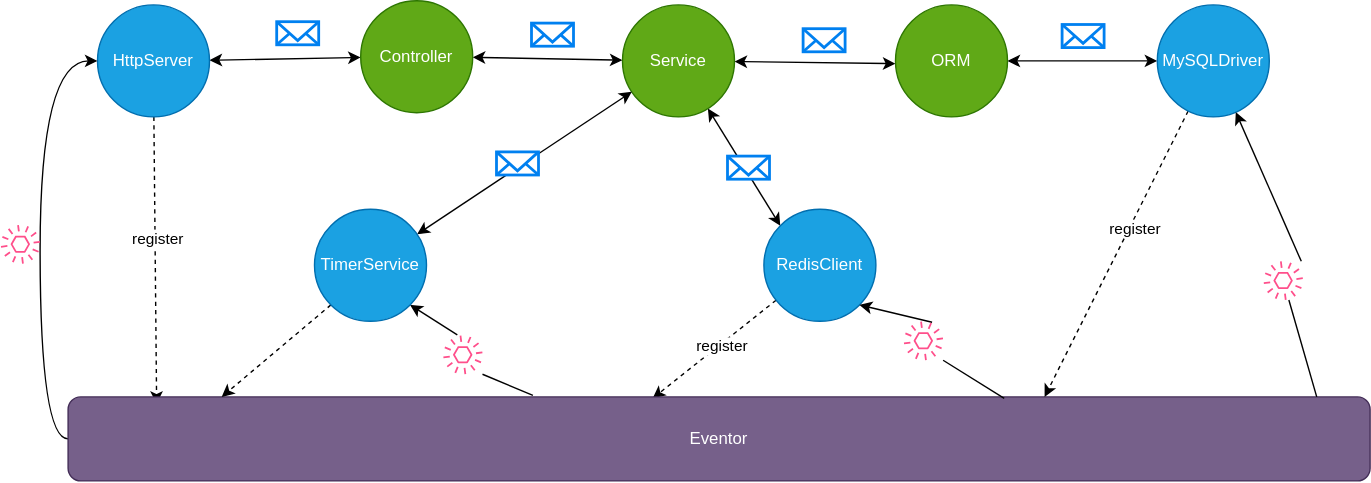
Before: docs/img/programming_model.drawio.svg, a diagram exported from draw.io (otavia-projects/otavia). Source tidied: cells renumbered, new cells last; positions are measured from the earlier drawing's top-left corner, leaving out a move shared by most shapes.
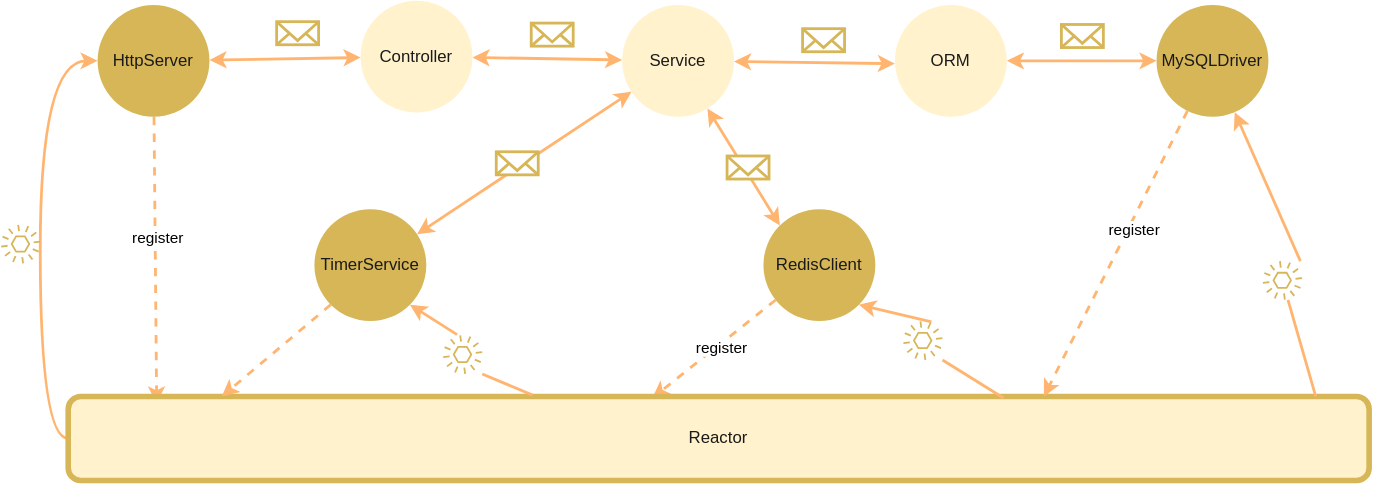
Later version of the same file.

The edit, as a diff of the source:
```diff
@@ -2,34 +2,34 @@
   <root>
     <mxCell id="0" />
     <mxCell id="1" parent="0" />
-    <mxCell id="2" style="edgeStyle=none;rounded=0;jettySize=auto;html=1;startArrow=classic;startFill=1;" parent="1" edge="1" source="5" target="7">
+    <mxCell id="2" style="edgeStyle=none;rounded=0;jettySize=auto;html=1;startArrow=classic;startFill=1;strokeWidth=2;strokeColor=#FFB570;" parent="1" edge="1" source="5" target="7">
       <mxGeometry relative="1" as="geometry" />
     </mxCell>
-    <mxCell id="3" style="edgeStyle=none;rounded=0;jettySize=auto;html=1;entryX=0.068;entryY=0.083;entryDx=0;entryDy=0;entryPerimeter=0;dashed=1;" parent="1" edge="1" source="5" target="17">
+    <mxCell id="3" style="edgeStyle=none;rounded=0;jettySize=auto;html=1;entryX=0.068;entryY=0.083;entryDx=0;entryDy=0;entryPerimeter=0;dashed=1;strokeWidth=2;strokeColor=#FFB570;" parent="1" edge="1" source="5" target="17">
       <mxGeometry relative="1" as="geometry" />
     </mxCell>
     <mxCell id="4" value="register" style="edgeLabel;html=1;align=center;verticalAlign=middle;" parent="3" vertex="1">
       <mxGeometry x="-0.15" y="1" relative="1" as="geometry" />
     </mxCell>
-    <mxCell id="5" value="HttpServer" style="ellipse;whiteSpace=wrap;html=1;fillColor=#1ba1e2;strokeColor=#006EAF;fontColor=#ffffff;" parent="1" vertex="1">
+    <mxCell id="5" value="&lt;font color=&quot;#1a1a1a&quot;&gt;HttpServer&lt;/font&gt;" style="ellipse;whiteSpace=wrap;html=1;fillColor=#D6B656;strokeColor=none;" parent="1" vertex="1">
       <mxGeometry x="69" y="3" width="80" height="80" as="geometry" />
     </mxCell>
-    <mxCell id="6" style="edgeStyle=none;rounded=1;jettySize=auto;html=1;startArrow=classic;startFill=1;" parent="1" edge="1" source="7" target="10">
+    <mxCell id="6" style="edgeStyle=none;rounded=1;jettySize=auto;html=1;startArrow=classic;startFill=1;strokeWidth=2;strokeColor=#FFB570;" parent="1" edge="1" source="7" target="10">
       <mxGeometry relative="1" as="geometry" />
     </mxCell>
-    <mxCell id="7" value="Controller" style="ellipse;whiteSpace=wrap;html=1;fillColor=#60a917;fontColor=#ffffff;strokeColor=#2D7600;" parent="1" vertex="1">
+    <mxCell id="7" value="&lt;font color=&quot;#1a1a1a&quot;&gt;Controller&lt;/font&gt;" style="ellipse;whiteSpace=wrap;html=1;fillColor=#FFF2CC;fontColor=#ffffff;strokeColor=none;" parent="1" vertex="1">
       <mxGeometry x="257" width="80" height="80" as="geometry" />
     </mxCell>
-    <mxCell id="8" style="edgeStyle=none;rounded=1;jettySize=auto;html=1;entryX=0;entryY=0.525;entryDx=0;entryDy=0;entryPerimeter=0;startArrow=classic;startFill=1;" parent="1" edge="1" source="10" target="19">
+    <mxCell id="8" style="edgeStyle=none;rounded=1;jettySize=auto;html=1;entryX=0;entryY=0.525;entryDx=0;entryDy=0;entryPerimeter=0;startArrow=classic;startFill=1;strokeWidth=2;strokeColor=#FFB570;" parent="1" edge="1" source="10" target="19">
       <mxGeometry relative="1" as="geometry" />
     </mxCell>
-    <mxCell id="9" style="edgeStyle=none;rounded=1;jettySize=auto;html=1;entryX=0;entryY=0;entryDx=0;entryDy=0;startArrow=classic;startFill=1;endArrow=classic;endFill=1;" parent="1" edge="1" source="10" target="13">
+    <mxCell id="9" style="edgeStyle=none;rounded=1;jettySize=auto;html=1;entryX=0;entryY=0;entryDx=0;entryDy=0;startArrow=classic;startFill=1;endArrow=classic;endFill=1;strokeWidth=2;strokeColor=#FFB570;" parent="1" edge="1" source="10" target="13">
       <mxGeometry relative="1" as="geometry" />
     </mxCell>
-    <mxCell id="10" value="Service" style="ellipse;whiteSpace=wrap;html=1;fillColor=#60a917;fontColor=#ffffff;strokeColor=#2D7600;" parent="1" vertex="1">
+    <mxCell id="10" value="&lt;font color=&quot;#1a1a1a&quot;&gt;Service&lt;/font&gt;" style="ellipse;whiteSpace=wrap;html=1;fillColor=#FFF2CC;fontColor=#ffffff;strokeColor=none;" parent="1" vertex="1">
       <mxGeometry x="444" y="3" width="80" height="80" as="geometry" />
     </mxCell>
-    <mxCell id="11" style="rounded=1;jettySize=auto;html=1;dashed=1;entryX=0.449;entryY=0.017;entryDx=0;entryDy=0;entryPerimeter=0;" parent="1" edge="1" source="13" target="17">
+    <mxCell id="11" style="rounded=1;jettySize=auto;html=1;dashed=1;entryX=0.449;entryY=0.017;entryDx=0;entryDy=0;entryPerimeter=0;strokeWidth=2;strokeColor=#FFB570;" parent="1" edge="1" source="13" target="17">
       <mxGeometry relative="1" as="geometry" />
     </mxCell>
     <mxCell id="12" value="register" style="edgeLabel;html=1;align=center;verticalAlign=middle;" parent="11" vertex="1">
@@ -37,85 +37,85 @@
         <mxPoint x="1" as="offset" />
       </mxGeometry>
     </mxCell>
-    <mxCell id="13" value="RedisClient" style="ellipse;whiteSpace=wrap;html=1;fillColor=#1ba1e2;fontColor=#ffffff;strokeColor=#006EAF;" parent="1" vertex="1">
+    <mxCell id="13" value="&lt;font color=&quot;#1a1a1a&quot;&gt;RedisClient&lt;/font&gt;" style="ellipse;whiteSpace=wrap;html=1;fillColor=#D6B656;fontColor=#f0f0f0;strokeColor=none;" parent="1" vertex="1">
       <mxGeometry x="545" y="149" width="80" height="80" as="geometry" />
     </mxCell>
-    <mxCell id="14" style="edgeStyle=orthogonalEdgeStyle;jettySize=auto;html=1;entryX=0;entryY=0.5;entryDx=0;entryDy=0;exitX=0;exitY=0.5;exitDx=0;exitDy=0;curved=1;" parent="1" edge="1" source="17" target="5">
+    <mxCell id="14" style="edgeStyle=orthogonalEdgeStyle;jettySize=auto;html=1;entryX=0;entryY=0.5;entryDx=0;entryDy=0;exitX=0;exitY=0.5;exitDx=0;exitDy=0;curved=1;strokeWidth=2;strokeColor=#FFB570;" parent="1" edge="1" source="17" target="5">
       <mxGeometry relative="1" as="geometry" />
     </mxCell>
-    <mxCell id="15" style="rounded=1;jettySize=auto;html=1;entryX=1;entryY=1;entryDx=0;entryDy=0;exitX=0.719;exitY=0.017;exitDx=0;exitDy=0;exitPerimeter=0;startArrow=none;" parent="1" edge="1" source="38" target="13">
+    <mxCell id="15" style="rounded=1;jettySize=auto;html=1;entryX=1;entryY=1;entryDx=0;entryDy=0;exitX=0.719;exitY=0.017;exitDx=0;exitDy=0;exitPerimeter=0;startArrow=none;strokeWidth=2;strokeColor=#FFB570;" parent="1" edge="1" source="38" target="13">
       <mxGeometry relative="1" as="geometry" />
     </mxCell>
-    <mxCell id="16" style="edgeStyle=none;rounded=1;jettySize=auto;html=1;entryX=1;entryY=1;entryDx=0;entryDy=0;startArrow=none;startFill=0;endArrow=classic;endFill=1;exitX=0.357;exitY=-0.017;exitDx=0;exitDy=0;exitPerimeter=0;" parent="1" edge="1" source="36" target="26">
+    <mxCell id="16" style="edgeStyle=none;rounded=1;jettySize=auto;html=1;entryX=1;entryY=1;entryDx=0;entryDy=0;startArrow=none;startFill=0;endArrow=classic;endFill=1;exitX=0.357;exitY=-0.017;exitDx=0;exitDy=0;exitPerimeter=0;strokeWidth=2;strokeColor=#FFB570;" parent="1" edge="1" source="36" target="26">
       <mxGeometry relative="1" as="geometry" />
     </mxCell>
-    <mxCell id="17" value="Eventor" style="rounded=1;whiteSpace=wrap;html=1;fillColor=#76608a;fontColor=#ffffff;strokeColor=#432D57;" parent="1" vertex="1">
+    <mxCell id="17" value="&lt;font color=&quot;#1a1a1a&quot;&gt;Reactor&lt;/font&gt;" style="rounded=1;whiteSpace=wrap;html=1;fillColor=#fff2cc;strokeColor=#d6b656;strokeWidth=4;" parent="1" vertex="1">
       <mxGeometry x="48" y="283" width="930" height="60" as="geometry" />
     </mxCell>
-    <mxCell id="18" style="edgeStyle=none;rounded=1;jettySize=auto;html=1;entryX=0;entryY=0.5;entryDx=0;entryDy=0;startArrow=classic;startFill=1;" parent="1" edge="1" source="19" target="23">
+    <mxCell id="18" style="edgeStyle=none;rounded=1;jettySize=auto;html=1;entryX=0;entryY=0.5;entryDx=0;entryDy=0;startArrow=classic;startFill=1;strokeWidth=2;strokeColor=#FFB570;" parent="1" edge="1" source="19" target="23">
       <mxGeometry relative="1" as="geometry" />
     </mxCell>
-    <mxCell id="19" value="ORM" style="ellipse;whiteSpace=wrap;html=1;fillColor=#60a917;fontColor=#ffffff;strokeColor=#2D7600;" parent="1" vertex="1">
+    <mxCell id="19" value="&lt;font color=&quot;#1a1a1a&quot;&gt;ORM&lt;/font&gt;" style="ellipse;whiteSpace=wrap;html=1;fillColor=#FFF2CC;fontColor=#ffffff;strokeColor=none;" parent="1" vertex="1">
       <mxGeometry x="639" y="3" width="80" height="80" as="geometry" />
     </mxCell>
-    <mxCell id="20" style="edgeStyle=none;rounded=1;jettySize=auto;html=1;entryX=0.75;entryY=0;entryDx=0;entryDy=0;startArrow=none;startFill=0;endArrow=classic;endFill=1;dashed=1;" parent="1" edge="1" source="23" target="17">
+    <mxCell id="20" style="edgeStyle=none;rounded=1;jettySize=auto;html=1;entryX=0.75;entryY=0;entryDx=0;entryDy=0;startArrow=none;startFill=0;endArrow=classic;endFill=1;dashed=1;strokeWidth=2;strokeColor=#FFB570;" parent="1" edge="1" source="23" target="17">
       <mxGeometry relative="1" as="geometry" />
     </mxCell>
     <mxCell id="21" value="register" style="edgeLabel;html=1;align=center;verticalAlign=middle;" parent="20" vertex="1">
       <mxGeometry x="-0.19" y="3" relative="1" as="geometry" />
     </mxCell>
-    <mxCell id="22" style="edgeStyle=none;rounded=1;jettySize=auto;html=1;entryX=0.959;entryY=0;entryDx=0;entryDy=0;entryPerimeter=0;startArrow=none;startFill=1;endArrow=none;endFill=0;" parent="1" edge="1" source="34" target="17">
+    <mxCell id="22" style="edgeStyle=none;rounded=1;jettySize=auto;html=1;entryX=0.959;entryY=0;entryDx=0;entryDy=0;entryPerimeter=0;startArrow=none;endArrow=none;strokeWidth=2;strokeColor=#FFB570;" parent="1" edge="1" source="34" target="17">
       <mxGeometry relative="1" as="geometry" />
     </mxCell>
-    <mxCell id="23" value="MySQLDriver" style="ellipse;whiteSpace=wrap;html=1;fillColor=#1ba1e2;fontColor=#ffffff;strokeColor=#006EAF;" parent="1" vertex="1">
+    <mxCell id="23" value="&lt;font color=&quot;#1a1a1a&quot;&gt;MySQLDriver&lt;/font&gt;" style="ellipse;whiteSpace=wrap;html=1;fillColor=#D6B656;fontColor=#f0f0f0;strokeColor=none;" parent="1" vertex="1">
       <mxGeometry x="826" y="3" width="80" height="80" as="geometry" />
     </mxCell>
-    <mxCell id="24" style="edgeStyle=none;rounded=1;jettySize=auto;html=1;entryX=0.118;entryY=0;entryDx=0;entryDy=0;startArrow=none;startFill=0;exitX=0;exitY=1;exitDx=0;exitDy=0;dashed=1;entryPerimeter=0;" parent="1" edge="1" source="26" target="17">
+    <mxCell id="24" style="edgeStyle=none;rounded=1;jettySize=auto;html=1;entryX=0.118;entryY=0;entryDx=0;entryDy=0;startArrow=none;startFill=0;exitX=0;exitY=1;exitDx=0;exitDy=0;dashed=1;entryPerimeter=0;strokeWidth=2;strokeColor=#FFB570;" parent="1" edge="1" source="26" target="17">
       <mxGeometry relative="1" as="geometry" />
     </mxCell>
-    <mxCell id="25" style="edgeStyle=none;rounded=1;jettySize=auto;html=1;startArrow=classic;startFill=1;endArrow=classic;endFill=1;" parent="1" edge="1" source="26" target="10">
+    <mxCell id="25" style="edgeStyle=none;rounded=1;jettySize=auto;html=1;startArrow=classic;startFill=1;endArrow=classic;endFill=1;strokeWidth=2;strokeColor=#FFB570;" parent="1" edge="1" source="26" target="10">
       <mxGeometry relative="1" as="geometry" />
     </mxCell>
-    <mxCell id="26" value="TimerService" style="ellipse;whiteSpace=wrap;html=1;fillColor=#1ba1e2;fontColor=#ffffff;strokeColor=#006EAF;" parent="1" vertex="1">
+    <mxCell id="26" value="&lt;font color=&quot;#1a1a1a&quot;&gt;TimerService&lt;/font&gt;" style="ellipse;whiteSpace=wrap;html=1;fillColor=#D6B656;fontColor=#f0f0f0;strokeColor=none;" parent="1" vertex="1">
       <mxGeometry x="224" y="149" width="80" height="80" as="geometry" />
     </mxCell>
-    <mxCell id="27" style="html=1;verticalLabelPosition=bottom;align=center;labelBackgroundColor=#ffffff;verticalAlign=top;strokeWidth=2;strokeColor=#0080F0;shadow=0;dashed=0;shape=mxgraph.ios7.icons.mail;" parent="1" vertex="1">
+    <mxCell id="27" style="html=1;verticalLabelPosition=bottom;align=center;labelBackgroundColor=#ffffff;verticalAlign=top;strokeWidth=2;strokeColor=#D6B656;shadow=0;dashed=0;shape=mxgraph.ios7.icons.mail;" parent="1" vertex="1">
       <mxGeometry x="197" y="15" width="30" height="16.5" as="geometry" />
     </mxCell>
-    <mxCell id="28" style="html=1;verticalLabelPosition=bottom;align=center;labelBackgroundColor=#ffffff;verticalAlign=top;strokeWidth=2;strokeColor=#0080F0;shadow=0;dashed=0;shape=mxgraph.ios7.icons.mail;" parent="1" vertex="1">
+    <mxCell id="28" style="html=1;verticalLabelPosition=bottom;align=center;labelBackgroundColor=#ffffff;verticalAlign=top;strokeWidth=2;strokeColor=#D6B656;shadow=0;dashed=0;shape=mxgraph.ios7.icons.mail;" parent="1" vertex="1">
       <mxGeometry x="379" y="16" width="30" height="16.5" as="geometry" />
     </mxCell>
-    <mxCell id="29" style="html=1;verticalLabelPosition=bottom;align=center;labelBackgroundColor=#ffffff;verticalAlign=top;strokeWidth=2;strokeColor=#0080F0;shadow=0;dashed=0;shape=mxgraph.ios7.icons.mail;" parent="1" vertex="1">
+    <mxCell id="29" style="html=1;verticalLabelPosition=bottom;align=center;labelBackgroundColor=#ffffff;verticalAlign=top;strokeWidth=2;strokeColor=#D6B656;shadow=0;dashed=0;shape=mxgraph.ios7.icons.mail;" parent="1" vertex="1">
       <mxGeometry x="573" y="20" width="30" height="16.5" as="geometry" />
     </mxCell>
-    <mxCell id="30" style="html=1;verticalLabelPosition=bottom;align=center;labelBackgroundColor=#ffffff;verticalAlign=top;strokeWidth=2;strokeColor=#0080F0;shadow=0;dashed=0;shape=mxgraph.ios7.icons.mail;" parent="1" vertex="1">
+    <mxCell id="30" style="html=1;verticalLabelPosition=bottom;align=center;labelBackgroundColor=#ffffff;verticalAlign=top;strokeWidth=2;strokeColor=#D6B656;shadow=0;dashed=0;shape=mxgraph.ios7.icons.mail;" parent="1" vertex="1">
       <mxGeometry x="758" y="17" width="30" height="16.5" as="geometry" />
     </mxCell>
-    <mxCell id="31" style="html=1;verticalLabelPosition=bottom;align=center;labelBackgroundColor=#ffffff;verticalAlign=top;strokeWidth=2;strokeColor=#0080F0;shadow=0;dashed=0;shape=mxgraph.ios7.icons.mail;" parent="1" vertex="1">
+    <mxCell id="31" style="html=1;verticalLabelPosition=bottom;align=center;labelBackgroundColor=#ffffff;verticalAlign=top;strokeWidth=2;strokeColor=#D6B656;shadow=0;dashed=0;shape=mxgraph.ios7.icons.mail;" parent="1" vertex="1">
       <mxGeometry x="354" y="108" width="30" height="16.5" as="geometry" />
     </mxCell>
-    <mxCell id="32" style="html=1;verticalLabelPosition=bottom;align=center;labelBackgroundColor=#ffffff;verticalAlign=top;strokeWidth=2;strokeColor=#0080F0;shadow=0;dashed=0;shape=mxgraph.ios7.icons.mail;" parent="1" vertex="1">
+    <mxCell id="32" style="html=1;verticalLabelPosition=bottom;align=center;labelBackgroundColor=#ffffff;verticalAlign=top;strokeWidth=2;strokeColor=#D6B656;shadow=0;dashed=0;shape=mxgraph.ios7.icons.mail;" parent="1" vertex="1">
       <mxGeometry x="519" y="111" width="30" height="16.5" as="geometry" />
     </mxCell>
-    <mxCell id="33" style="sketch=0;fontColor=#232F3E;gradientColor=none;fillColor=#FF4F8B;strokeColor=none;dashed=0;verticalLabelPosition=bottom;verticalAlign=top;align=center;html=1;fontSize=12;fontStyle=0;shape=mxgraph.aws4.event;" parent="1" vertex="1">
+    <mxCell id="33" style="sketch=0;fontColor=#232F3E;gradientColor=none;fillColor=#D6B656;strokeColor=none;dashed=0;verticalLabelPosition=bottom;verticalAlign=top;align=center;html=1;fontSize=12;fontStyle=0;shape=mxgraph.aws4.event;" parent="1" vertex="1">
       <mxGeometry y="160" width="28" height="28" as="geometry" />
     </mxCell>
-    <mxCell id="34" style="sketch=0;outlineConnect=0;fontColor=#232F3E;gradientColor=none;fillColor=#FF4F8B;strokeColor=none;dashed=0;verticalLabelPosition=bottom;verticalAlign=top;align=center;html=1;fontSize=12;fontStyle=0;shape=mxgraph.aws4.event;" parent="1" vertex="1">
+    <mxCell id="34" style="sketch=0;outlineConnect=0;fontColor=#232F3E;gradientColor=none;fillColor=#D6B656;strokeColor=none;dashed=0;verticalLabelPosition=bottom;verticalAlign=top;align=center;html=1;fontSize=12;fontStyle=0;shape=mxgraph.aws4.event;" parent="1" vertex="1">
       <mxGeometry x="902" y="186" width="28" height="28" as="geometry" />
     </mxCell>
-    <mxCell id="35" style="edgeStyle=none;rounded=1;jettySize=auto;html=1;entryX=0.959;entryY=0;entryDx=0;entryDy=0;entryPerimeter=0;startArrow=classic;startFill=1;endArrow=none;endFill=0;" parent="1" edge="1" source="23" target="34">
+    <mxCell id="35" style="edgeStyle=none;rounded=1;jettySize=auto;html=1;entryX=0.959;entryY=0;entryDx=0;entryDy=0;entryPerimeter=0;startArrow=classic;startFill=1;endArrow=none;endFill=0;strokeWidth=2;strokeColor=#FFB570;" parent="1" edge="1" source="23" target="34">
       <mxGeometry relative="1" as="geometry" />
     </mxCell>
-    <mxCell id="36" style="sketch=0;outlineConnect=0;fontColor=#232F3E;gradientColor=none;fillColor=#FF4F8B;strokeColor=none;dashed=0;verticalLabelPosition=bottom;verticalAlign=top;align=center;html=1;fontSize=12;fontStyle=0;shape=mxgraph.aws4.event;" parent="1" vertex="1">
+    <mxCell id="36" style="sketch=0;outlineConnect=0;fontColor=#232F3E;gradientColor=none;fillColor=#D6B656;strokeColor=none;dashed=0;verticalLabelPosition=bottom;verticalAlign=top;align=center;html=1;fontSize=12;fontStyle=0;shape=mxgraph.aws4.event;" parent="1" vertex="1">
       <mxGeometry x="316" y="239" width="28" height="28" as="geometry" />
     </mxCell>
-    <mxCell id="37" style="edgeStyle=none;rounded=1;jettySize=auto;html=1;entryX=1;entryY=1;entryDx=0;entryDy=0;startArrow=none;startFill=0;endArrow=none;endFill=1;exitX=0.357;exitY=-0.017;exitDx=0;exitDy=0;exitPerimeter=0;" parent="1" edge="1" source="17" target="36">
+    <mxCell id="37" style="edgeStyle=none;rounded=1;jettySize=auto;html=1;entryX=1;entryY=1;entryDx=0;entryDy=0;startArrow=none;startFill=0;endArrow=none;endFill=1;exitX=0.357;exitY=-0.017;exitDx=0;exitDy=0;exitPerimeter=0;strokeWidth=2;strokeColor=#FFB570;" parent="1" edge="1" source="17" target="36">
       <mxGeometry relative="1" as="geometry" />
     </mxCell>
-    <mxCell id="38" style="sketch=0;outlineConnect=0;fontColor=#232F3E;gradientColor=none;fillColor=#FF4F8B;strokeColor=none;dashed=0;verticalLabelPosition=bottom;verticalAlign=top;align=center;html=1;fontSize=12;fontStyle=0;shape=mxgraph.aws4.event;" parent="1" vertex="1">
+    <mxCell id="38" style="sketch=0;outlineConnect=0;fontColor=#232F3E;gradientColor=none;fillColor=#D6B656;strokeColor=none;dashed=0;verticalLabelPosition=bottom;verticalAlign=top;align=center;html=1;fontSize=12;fontStyle=0;shape=mxgraph.aws4.event;" parent="1" vertex="1">
       <mxGeometry x="645" y="229" width="28" height="28" as="geometry" />
     </mxCell>
-    <mxCell id="39" style="rounded=1;jettySize=auto;html=1;entryX=1;entryY=1;entryDx=0;entryDy=0;exitX=0.719;exitY=0.017;exitDx=0;exitDy=0;exitPerimeter=0;endArrow=none;" parent="1" edge="1" source="17" target="38">
+    <mxCell id="39" style="rounded=1;jettySize=auto;html=1;entryX=1;entryY=1;entryDx=0;entryDy=0;exitX=0.719;exitY=0.017;exitDx=0;exitDy=0;exitPerimeter=0;endArrow=none;strokeWidth=2;strokeColor=#FFB570;" parent="1" edge="1" source="17" target="38">
       <mxGeometry relative="1" as="geometry" />
     </mxCell>
   </root>
```
